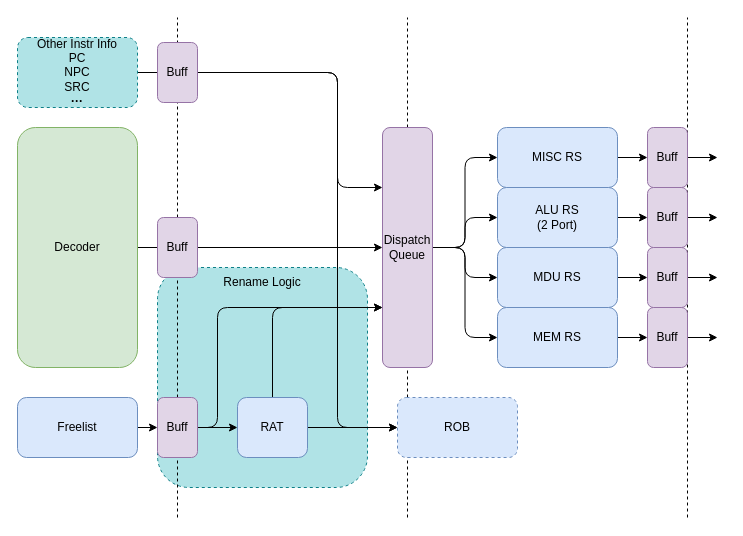
This is assets/Scheduler架构.drawio from ChipArts/Furina, a draw.io file, before an edit. Source tidied: cells renumbered, new cells numbered last; positions are measured from the earlier drawing's top-left corner, leaving out a move shared by most shapes. Both pictures are drawn from the tidied source at 100%, with x=0, y=0 at pixel (17, 17).
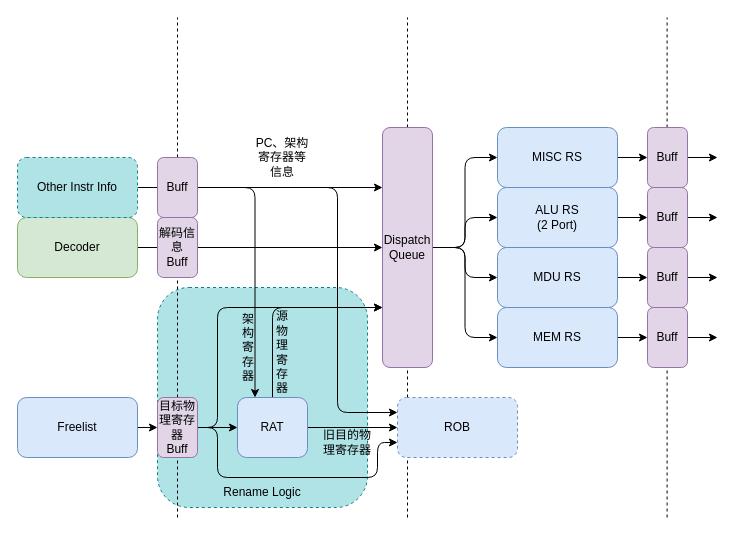
Above is the later version.

Unchanged cells that the change refers to:
```xml
<mxCell id="10" value="RAT" style="rounded=1;whiteSpace=wrap;html=1;fillColor=#dae8fc;strokeColor=#6c8ebf;" parent="1" vertex="1">
  <mxGeometry x="220" y="380" width="70" height="60" as="geometry" />
</mxCell>
<mxCell id="16" value="Dispatch&lt;div&gt;Queue&lt;/div&gt;" style="rounded=1;whiteSpace=wrap;html=1;fillColor=#e1d5e7;strokeColor=#9673a6;" parent="1" vertex="1">
  <mxGeometry x="365" y="110" width="50" height="240" as="geometry" />
</mxCell>
<mxCell id="17" value="ROB" style="rounded=1;whiteSpace=wrap;html=1;dashed=1;fillColor=#dae8fc;strokeColor=#6c8ebf;" parent="1" vertex="1">
  <mxGeometry x="380" y="380" width="120" height="60" as="geometry" />
</mxCell>
```

Change to the diagram source:
```diff
@@
     <mxCell id="2" style="rounded=1;whiteSpace=wrap;html=1;fillColor=#b0e3e6;strokeColor=#0e8088;dashed=1;" parent="1" vertex="1">
-      <mxGeometry x="140" y="250" width="210" height="220" as="geometry" />
+      <mxGeometry x="140" y="270" width="210" height="220" as="geometry" />
     </mxCell>
@@
     <mxCell id="5" value="Decoder" style="rounded=1;whiteSpace=wrap;html=1;fillColor=#d5e8d4;strokeColor=#82b366;" parent="1" vertex="1">
-      <mxGeometry y="110" width="120" height="240" as="geometry" />
+      <mxGeometry y="200" width="120" height="60" as="geometry" />
     </mxCell>
@@
     <mxCell id="18" style="edgeStyle=orthogonalEdgeStyle;rounded=1;jettySize=auto;html=1;exitX=1;exitY=0.5;exitDx=0;exitDy=0;entryX=0;entryY=0.25;entryDx=0;entryDy=0;" parent="1" edge="1" source="20" target="16">
       <mxGeometry relative="1" as="geometry">
         <Array as="points">
-          <mxPoint x="320" y="55" />
-          <mxPoint x="320" y="170" />
+          <mxPoint x="120" y="170" />
         </Array>
       </mxGeometry>
     </mxCell>
-    <mxCell id="19" style="edgeStyle=orthogonalEdgeStyle;rounded=1;jettySize=auto;html=1;exitX=1;exitY=0.5;exitDx=0;exitDy=0;entryX=0;entryY=0.5;entryDx=0;entryDy=0;" parent="1" edge="1" source="20" target="17">
-      <mxGeometry relative="1" as="geometry">
-        <Array as="points">
-          <mxPoint x="320" y="55" />
-          <mxPoint x="320" y="410" />
-        </Array>
-      </mxGeometry>
-    </mxCell>
-    <mxCell id="20" value="Other Instr Info&lt;div&gt;PC&lt;/div&gt;&lt;div&gt;NPC&lt;/div&gt;&lt;div&gt;SRC&lt;/div&gt;&lt;div&gt;&lt;b&gt;···&lt;/b&gt;&lt;/div&gt;" style="text;html=1;align=center;verticalAlign=middle;whiteSpace=wrap;rounded=1;strokeColor=#0e8088;dashed=1;fillColor=#b0e3e6;" parent="1" vertex="1">
-      <mxGeometry y="20" width="120" height="70" as="geometry" />
+    <mxCell id="20" value="Other Instr Info" style="text;html=1;align=center;verticalAlign=middle;whiteSpace=wrap;rounded=1;strokeColor=#0e8088;dashed=1;fillColor=#b0e3e6;" parent="1" vertex="1">
+      <mxGeometry y="140" width="120" height="60" as="geometry" />
     </mxCell>
@@
+    <mxCell id="44" style="edgeStyle=orthogonalEdgeStyle;rounded=1;jettySize=auto;html=1;exitX=1;exitY=0.5;exitDx=0;exitDy=0;entryX=0;entryY=0.75;entryDx=0;entryDy=0;" parent="1" edge="1" source="23" target="17">
+      <mxGeometry relative="1" as="geometry">
+        <Array as="points">
+          <mxPoint x="200" y="410" />
+          <mxPoint x="200" y="460" />
+          <mxPoint x="360" y="460" />
+          <mxPoint x="360" y="425" />
+        </Array>
+      </mxGeometry>
+    </mxCell>
-    <mxCell id="23" value="Buff" style="rounded=1;whiteSpace=wrap;html=1;fillColor=#e1d5e7;strokeColor=#9673a6;" parent="1" vertex="1">
+    <mxCell id="23" value="目标物理寄存器&lt;br&gt;&lt;div&gt;Buff&lt;/div&gt;" style="rounded=1;whiteSpace=wrap;html=1;fillColor=#e1d5e7;strokeColor=#9673a6;" parent="1" vertex="1">
       <mxGeometry x="140" y="380" width="40" height="60" as="geometry" />
     </mxCell>
@@
     <mxCell id="32" style="endArrow=none;dashed=1;html=1;rounded=1;" parent="1" edge="1">
       <mxGeometry relative="1" as="geometry">
-        <mxPoint x="670" y="500" as="sourcePoint" />
-        <mxPoint x="670" as="targetPoint" />
+        <mxPoint x="649.6" y="500" as="sourcePoint" />
+        <mxPoint x="649.6" as="targetPoint" />
       </mxGeometry>
     </mxCell>
@@
     <mxCell id="41" value="Rename Logic" style="text;html=1;align=center;verticalAlign=middle;whiteSpace=wrap;rounded=1;" parent="1" vertex="1">
-      <mxGeometry x="180" y="250" width="130" height="30" as="geometry" />
+      <mxGeometry x="180" y="460" width="130" height="30" as="geometry" />
     </mxCell>
-    <mxCell id="42" value="Buff" style="rounded=1;whiteSpace=wrap;html=1;fillColor=#e1d5e7;strokeColor=#9673a6;" parent="1" vertex="1">
+    <mxCell id="42" value="&lt;div&gt;&lt;span style=&quot;background-color: initial;&quot;&gt;解码信息&lt;/span&gt;&lt;/div&gt;&lt;div&gt;&lt;span style=&quot;background-color: initial;&quot;&gt;Buff&lt;/span&gt;&lt;br&gt;&lt;/div&gt;" style="rounded=1;whiteSpace=wrap;html=1;fillColor=#e1d5e7;strokeColor=#9673a6;" parent="1" vertex="1">
       <mxGeometry x="140" y="200" width="40" height="60" as="geometry" />
     </mxCell>
+    <mxCell id="45" style="edgeStyle=orthogonalEdgeStyle;rounded=1;jettySize=auto;html=1;exitX=1;exitY=0.5;exitDx=0;exitDy=0;entryX=0;entryY=0.25;entryDx=0;entryDy=0;" parent="1" edge="1" source="43" target="17">
+      <mxGeometry relative="1" as="geometry">
+        <Array as="points">
+          <mxPoint x="320" y="170" />
+          <mxPoint x="320" y="395" />
+        </Array>
+      </mxGeometry>
+    </mxCell>
+    <mxCell id="46" style="edgeStyle=orthogonalEdgeStyle;rounded=1;jettySize=auto;html=1;exitX=1;exitY=0.5;exitDx=0;exitDy=0;entryX=0.25;entryY=0;entryDx=0;entryDy=0;" parent="1" edge="1" source="43" target="10">
+      <mxGeometry relative="1" as="geometry" />
+    </mxCell>
     <mxCell id="43" value="Buff" style="rounded=1;whiteSpace=wrap;html=1;fillColor=#e1d5e7;strokeColor=#9673a6;" parent="1" vertex="1">
-      <mxGeometry x="140" y="25" width="40" height="60" as="geometry" />
+      <mxGeometry x="140" y="140" width="40" height="60" as="geometry" />
     </mxCell>
+    <mxCell id="47" value="&lt;br&gt;&lt;span style=&quot;color: rgb(0, 0, 0); font-family: Helvetica; font-size: 12px; font-style: normal; font-variant-ligatures: normal; font-variant-caps: normal; font-weight: 400; letter-spacing: normal; orphans: 2; text-align: center; text-indent: 0px; text-transform: none; widows: 2; word-spacing: 0px; -webkit-text-stroke-width: 0px; white-space: normal; text-decoration-thickness: initial; text-decoration-style: initial; text-decoration-color: initial; float: none; display: inline !important;&quot;&gt;源物理寄存器&lt;/span&gt;&lt;div&gt;&lt;br/&gt;&lt;/div&gt;" style="text;html=1;align=center;verticalAlign=middle;whiteSpace=wrap;rounded=1;labelBackgroundColor=none;" parent="1" vertex="1">
+      <mxGeometry x="260" y="245" width="10" height="180" as="geometry" />
+    </mxCell>
+    <mxCell id="48" value="旧目的物理寄存器" style="text;html=1;align=center;verticalAlign=middle;whiteSpace=wrap;rounded=1;" parent="1" vertex="1">
+      <mxGeometry x="300" y="410" width="60" height="30" as="geometry" />
+    </mxCell>
+    <mxCell id="49" value="架构寄存器" style="text;html=1;align=center;verticalAlign=middle;whiteSpace=wrap;rounded=0;" parent="1" vertex="1">
+      <mxGeometry x="230" y="290" height="80" as="geometry" />
+    </mxCell>
+    <mxCell id="50" value="PC、架构寄存器等信息" style="text;html=1;align=center;verticalAlign=middle;whiteSpace=wrap;rounded=0;" parent="1" vertex="1">
+      <mxGeometry x="235" y="125" width="60" height="30" as="geometry" />
+    </mxCell>
```
